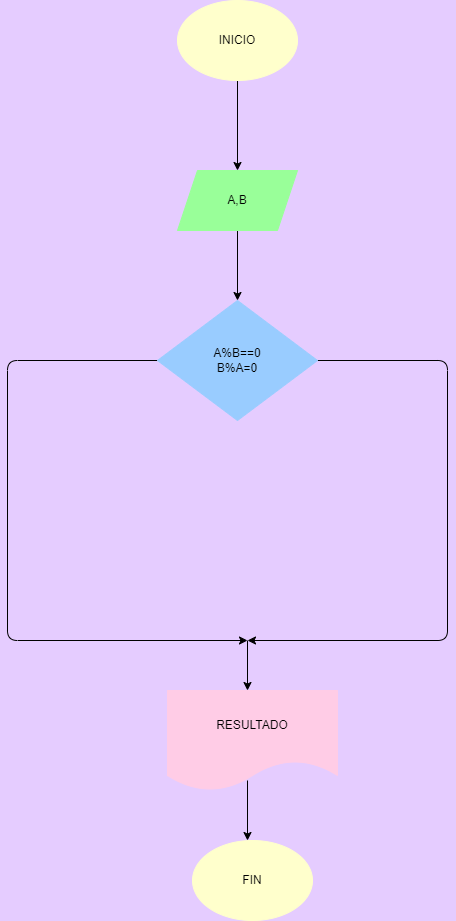
sartfe7/Taller_Condicionales keeps this draw.io diagram as Ejercicio N0.8/diagrama.png. Above is the earlier version. Source tidied: cells renumbered, new cells last; positions are measured from the earlier drawing's top-left corner, leaving out a move shared by most shapes. Source of this version:
```xml
<mxGraphModel background="#E5CCFF">
  <root>
    <mxCell id="0" />
    <mxCell id="1" parent="0" />
    <mxCell id="2" style="edgeStyle=none;html=1;" parent="1" edge="1" source="12" target="4">
      <mxGeometry relative="1" as="geometry" />
    </mxCell>
    <mxCell id="3" style="edgeStyle=none;html=1;" parent="1" edge="1" source="4" target="7">
      <mxGeometry relative="1" as="geometry" />
    </mxCell>
    <mxCell id="4" value="A,B" style="shape=parallelogram;perimeter=parallelogramPerimeter;whiteSpace=wrap;html=1;fixedSize=1;fillColor=#99FF99;strokeColor=#99FF99;" parent="1" vertex="1">
      <mxGeometry x="170" y="170" width="120" height="60" as="geometry" />
    </mxCell>
    <mxCell id="5" style="edgeStyle=none;html=1;" parent="1" edge="1" source="7">
      <mxGeometry relative="1" as="geometry">
        <mxPoint x="240" y="640" as="targetPoint" />
        <Array as="points">
          <mxPoint x="440" y="360" />
          <mxPoint x="440" y="640" />
        </Array>
      </mxGeometry>
    </mxCell>
    <mxCell id="6" style="edgeStyle=none;html=1;" parent="1" edge="1" source="7">
      <mxGeometry relative="1" as="geometry">
        <mxPoint x="240" y="640" as="targetPoint" />
        <Array as="points">
          <mxPoint y="360" />
          <mxPoint y="640" />
        </Array>
      </mxGeometry>
    </mxCell>
    <mxCell id="7" value="A%B==0&lt;br&gt;B%A=0" style="rhombus;whiteSpace=wrap;html=1;strokeColor=#99CCFF;fillColor=#99CCFF;" parent="1" vertex="1">
      <mxGeometry x="150" y="300" width="160" height="120" as="geometry" />
    </mxCell>
    <mxCell id="8" value="RESULTADO" style="shape=document;whiteSpace=wrap;html=1;boundedLbl=1;fillColor=#FFCCE6;strokeColor=#FFCCE6;" parent="1" vertex="1">
      <mxGeometry x="160" y="690" width="170" height="100" as="geometry" />
    </mxCell>
    <mxCell id="9" style="endArrow=classic;html=1;" parent="1" edge="1">
      <mxGeometry relative="1" as="geometry">
        <mxPoint x="240" y="640" as="sourcePoint" />
        <mxPoint x="240" y="690" as="targetPoint" />
      </mxGeometry>
    </mxCell>
    <mxCell id="10" style="endArrow=classic;html=1;" parent="1" edge="1">
      <mxGeometry relative="1" as="geometry">
        <mxPoint x="240" y="780" as="sourcePoint" />
        <mxPoint x="240" y="840" as="targetPoint" />
      </mxGeometry>
    </mxCell>
    <mxCell id="11" value="FIN" style="ellipse;whiteSpace=wrap;html=1;fillColor=#FFFFCC;strokeColor=#FFFFCC;" parent="1" vertex="1">
      <mxGeometry x="185" y="840" width="120" height="80" as="geometry" />
    </mxCell>
    <mxCell id="12" value="INICIO" style="ellipse;whiteSpace=wrap;html=1;fillColor=#FFFFCC;strokeColor=#FFFFCC;" parent="1" vertex="1">
      <mxGeometry x="170" width="120" height="80" as="geometry" />
    </mxCell>
  </root>
</mxGraphModel>
```
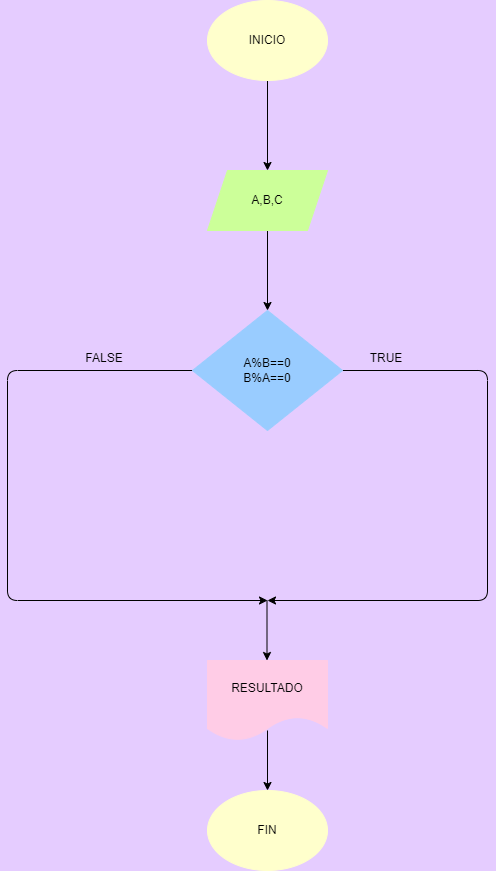
The same file after the commit.

The edit, as a diff of the source:
```diff
@@ -5,53 +5,59 @@
     <mxCell id="2" style="edgeStyle=none;html=1;" parent="1" edge="1" source="12" target="4">
       <mxGeometry relative="1" as="geometry" />
     </mxCell>
+    <mxCell id="12" value="INICIO" style="ellipse;whiteSpace=wrap;html=1;fillColor=#FFFFCC;strokeColor=#FFFFCC;" parent="1" vertex="1">
+      <mxGeometry x="200" y="200" width="120" height="80" as="geometry" />
+    </mxCell>
     <mxCell id="3" style="edgeStyle=none;html=1;" parent="1" edge="1" source="4" target="7">
       <mxGeometry relative="1" as="geometry" />
     </mxCell>
-    <mxCell id="4" value="A,B" style="shape=parallelogram;perimeter=parallelogramPerimeter;whiteSpace=wrap;html=1;fixedSize=1;fillColor=#99FF99;strokeColor=#99FF99;" parent="1" vertex="1">
-      <mxGeometry x="170" y="170" width="120" height="60" as="geometry" />
+    <mxCell id="4" value="A,B,C" style="shape=parallelogram;perimeter=parallelogramPerimeter;whiteSpace=wrap;html=1;fixedSize=1;fillColor=#CCFF99;strokeColor=#CCFF99;" parent="1" vertex="1">
+      <mxGeometry x="200" y="370" width="120" height="60" as="geometry" />
     </mxCell>
     <mxCell id="5" style="edgeStyle=none;html=1;" parent="1" edge="1" source="7">
       <mxGeometry relative="1" as="geometry">
-        <mxPoint x="240" y="640" as="targetPoint" />
+        <mxPoint x="260" y="800" as="targetPoint" />
         <Array as="points">
-          <mxPoint x="440" y="360" />
-          <mxPoint x="440" y="640" />
+          <mxPoint x="480" y="570" />
+          <mxPoint x="480" y="800" />
         </Array>
       </mxGeometry>
     </mxCell>
     <mxCell id="6" style="edgeStyle=none;html=1;" parent="1" edge="1" source="7">
       <mxGeometry relative="1" as="geometry">
-        <mxPoint x="240" y="640" as="targetPoint" />
+        <mxPoint x="260" y="800" as="targetPoint" />
         <Array as="points">
-          <mxPoint y="360" />
-          <mxPoint y="640" />
+          <mxPoint y="570" />
+          <mxPoint y="800" />
         </Array>
       </mxGeometry>
     </mxCell>
-    <mxCell id="7" value="A%B==0&lt;br&gt;B%A=0" style="rhombus;whiteSpace=wrap;html=1;strokeColor=#99CCFF;fillColor=#99CCFF;" parent="1" vertex="1">
-      <mxGeometry x="150" y="300" width="160" height="120" as="geometry" />
+    <mxCell id="7" value="A%B==0&lt;br&gt;B%A==0" style="rhombus;whiteSpace=wrap;html=1;fillColor=#99CCFF;strokeColor=#99CCFF;" parent="1" vertex="1">
+      <mxGeometry x="185" y="510" width="150" height="120" as="geometry" />
     </mxCell>
     <mxCell id="8" value="RESULTADO" style="shape=document;whiteSpace=wrap;html=1;boundedLbl=1;fillColor=#FFCCE6;strokeColor=#FFCCE6;" parent="1" vertex="1">
-      <mxGeometry x="160" y="690" width="170" height="100" as="geometry" />
+      <mxGeometry x="200" y="860" width="120" height="80" as="geometry" />
     </mxCell>
-    <mxCell id="9" style="endArrow=classic;html=1;" parent="1" edge="1">
-      <mxGeometry relative="1" as="geometry">
-        <mxPoint x="240" y="640" as="sourcePoint" />
-        <mxPoint x="240" y="690" as="targetPoint" />
-      </mxGeometry>
-    </mxCell>
-    <mxCell id="10" style="endArrow=classic;html=1;" parent="1" edge="1">
-      <mxGeometry relative="1" as="geometry">
-        <mxPoint x="240" y="780" as="sourcePoint" />
-        <mxPoint x="240" y="840" as="targetPoint" />
-      </mxGeometry>
-    </mxCell>
+    <mxCell id="13" style="endArrow=classic;html=1;" parent="1" edge="1">
+      <mxGeometry relative="1" as="geometry">
+        <mxPoint x="259.5" y="800" as="sourcePoint" />
+        <mxPoint x="259.5" y="860" as="targetPoint" />
+      </mxGeometry>
+    </mxCell>
-    <mxCell id="11" value="FIN" style="ellipse;whiteSpace=wrap;html=1;fillColor=#FFFFCC;strokeColor=#FFFFCC;" parent="1" vertex="1">
-      <mxGeometry x="185" y="840" width="120" height="80" as="geometry" />
+    <mxCell id="11" style="endArrow=classic;html=1;" parent="1" edge="1">
+      <mxGeometry relative="1" as="geometry">
+        <mxPoint x="260" y="930" as="sourcePoint" />
+        <mxPoint x="260" y="990" as="targetPoint" />
+      </mxGeometry>
     </mxCell>
-    <mxCell id="12" value="INICIO" style="ellipse;whiteSpace=wrap;html=1;fillColor=#FFFFCC;strokeColor=#FFFFCC;" parent="1" vertex="1">
-      <mxGeometry x="170" width="120" height="80" as="geometry" />
-    </mxCell>
+    <mxCell id="14" value="FIN" style="ellipse;whiteSpace=wrap;html=1;fillColor=#FFFFCC;strokeColor=#FFFFCC;" parent="1" vertex="1">
+      <mxGeometry x="200" y="990" width="120" height="80" as="geometry" />
+    </mxCell>
+    <mxCell id="15" value="TRUE" style="text;html=1;strokeColor=none;fillColor=none;align=center;verticalAlign=middle;whiteSpace=wrap;rounded=0;" parent="1" vertex="1">
+      <mxGeometry x="349" y="543" width="60" height="30" as="geometry" />
+    </mxCell>
+    <mxCell id="16" value="FALSE" style="text;html=1;strokeColor=none;fillColor=none;align=center;verticalAlign=middle;whiteSpace=wrap;rounded=0;" parent="1" vertex="1">
+      <mxGeometry x="67" y="543" width="60" height="30" as="geometry" />
+    </mxCell>
   </root>
 </mxGraphModel>
```
